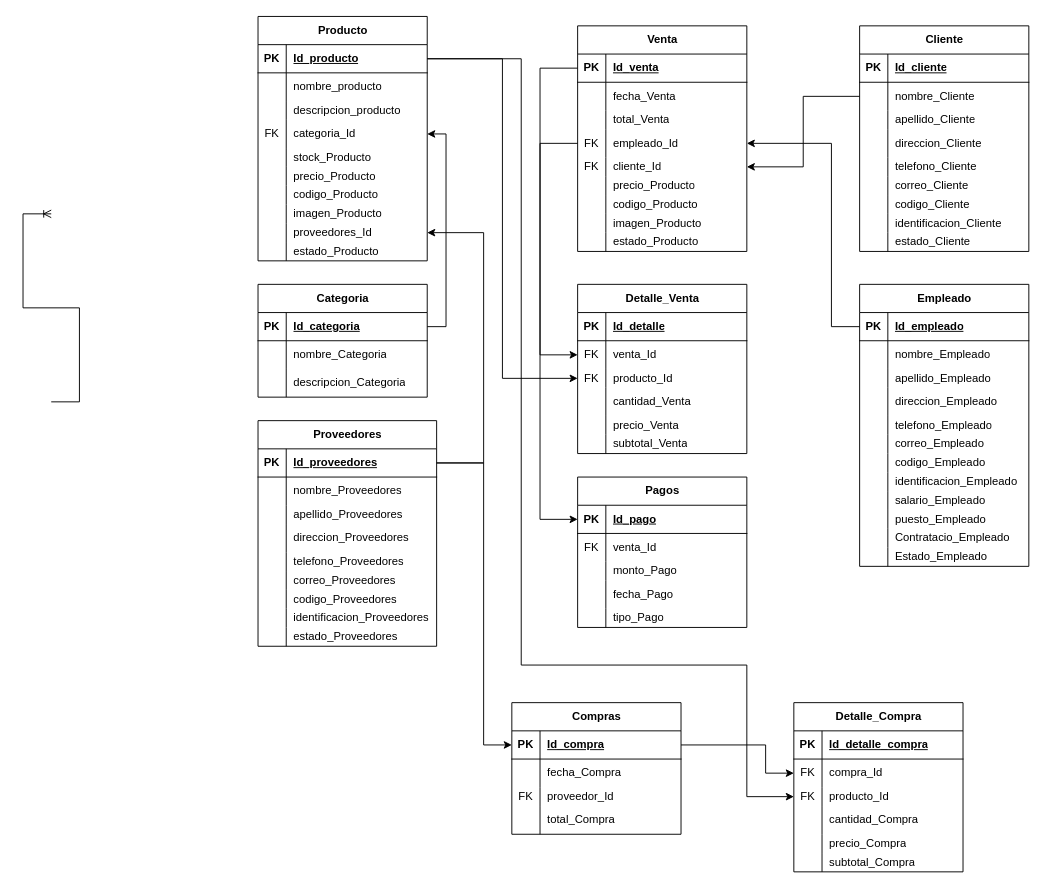
Above: Diagrama sin título.drawio in TechPioneerSV/DiagramaPV (draw.io), before the change. Source tidied: cells renumbered, new cells numbered last; positions are measured from the earlier drawing's top-left corner, leaving out a move shared by most shapes. Both pictures are drawn from the tidied source at 94%, with x=0, y=0 at pixel (-194, 16).
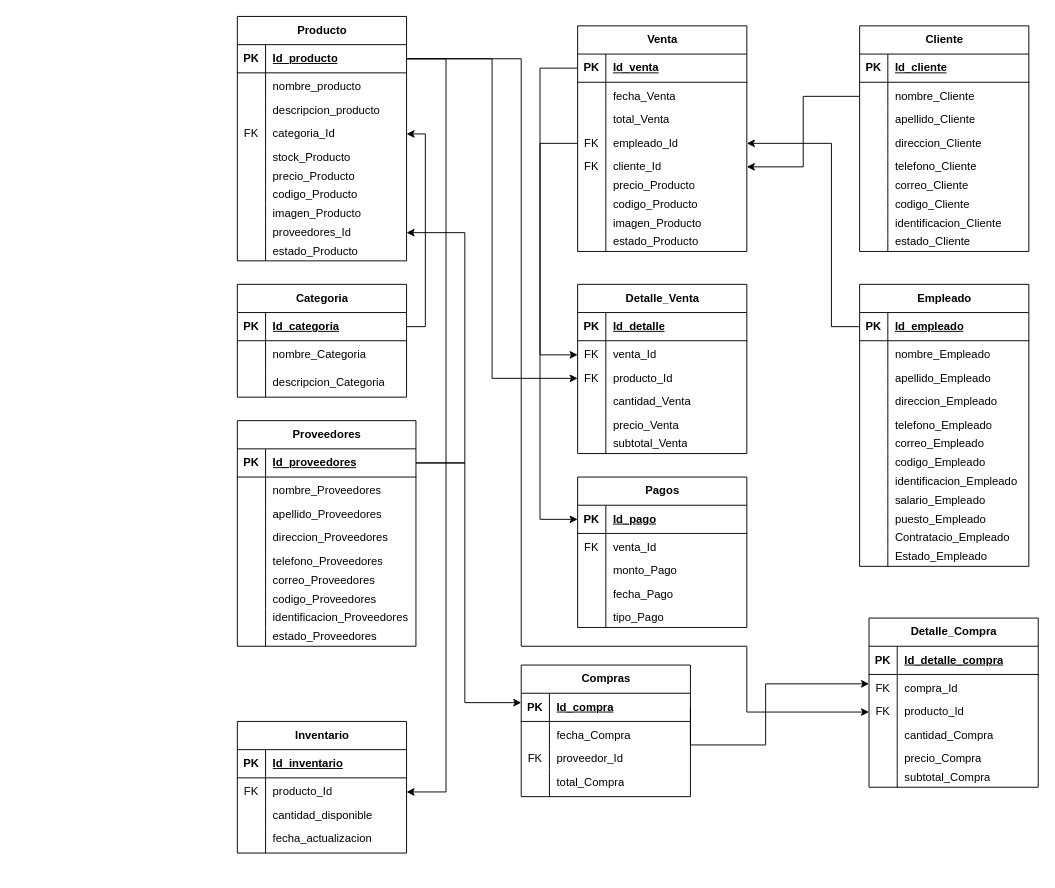
The same page after the edit.

Unchanged cells that the change refers to:
```xml
<mxCell id="13" style="shape=tableRow;horizontal=0;startSize=0;swimlaneHead=0;swimlaneBody=0;fillColor=none;points=[[0,0.5],[1,0.5]];portConstraint=eastwest;top=0;left=0;right=0;bottom=1;" parent="12" vertex="1">
  <mxGeometry y="30" width="180" height="30" as="geometry" />
</mxCell>
<mxCell id="37" style="shape=tableRow;horizontal=0;startSize=0;swimlaneHead=0;swimlaneBody=0;fillColor=none;points=[[0,0.5],[1,0.5]];portConstraint=eastwest;top=0;left=0;right=0;bottom=0;" parent="12" vertex="1">
  <mxGeometry y="220" width="180" height="20" as="geometry" />
</mxCell>
<mxCell id="179" style="shape=tableRow;horizontal=0;startSize=0;swimlaneHead=0;swimlaneBody=0;fillColor=none;points=[[0,0.5],[1,0.5]];portConstraint=eastwest;top=0;left=0;right=0;bottom=1;" parent="178" vertex="1">
  <mxGeometry y="30" width="190" height="30" as="geometry" />
</mxCell>
<mxCell id="208" style="shape=tableRow;horizontal=0;startSize=0;swimlaneHead=0;swimlaneBody=0;fillColor=none;points=[[0,0.5],[1,0.5]];portConstraint=eastwest;top=0;left=0;right=0;bottom=1;" parent="207" vertex="1">
  <mxGeometry y="30" width="180" height="30" as="geometry" />
</mxCell>
<mxCell id="225" style="shape=tableRow;horizontal=0;startSize=0;swimlaneHead=0;swimlaneBody=0;fillColor=none;points=[[0,0.5],[1,0.5]];portConstraint=eastwest;top=0;left=0;right=0;bottom=0;" parent="221" vertex="1">
  <mxGeometry y="60" width="180" height="30" as="geometry" />
</mxCell>
<mxCell id="228" style="shape=tableRow;horizontal=0;startSize=0;swimlaneHead=0;swimlaneBody=0;fillColor=none;points=[[0,0.5],[1,0.5]];portConstraint=eastwest;top=0;left=0;right=0;bottom=0;" parent="221" vertex="1">
  <mxGeometry y="90" width="180" height="20" as="geometry" />
</mxCell>
```

Change to the diagram source:
```diff
@@
     <mxCell id="2" value="Categoria" style="shape=table;startSize=30;childLayout=tableLayout;rowLines=0;fontStyle=1;align=center;html=1;" parent="1" vertex="1">
-      <mxGeometry x="480" y="285" width="180" height="120" as="geometry" />
+      <mxGeometry x="458" y="285" width="180" height="120" as="geometry" />
     </mxCell>
@@
     <mxCell id="12" value="Producto" style="shape=table;startSize=30;childLayout=tableLayout;rowLines=0;fontStyle=1;align=center;html=1;" parent="1" vertex="1">
-      <mxGeometry x="480" width="180" height="260" as="geometry" />
+      <mxGeometry x="458" width="180" height="260" as="geometry" />
     </mxCell>
@@
-    <mxCell id="43" style="edgeStyle=entityRelationEdgeStyle;fontSize=12;html=1;endArrow=ERoneToMany;rounded=0;entryX=1;entryY=0.5;entryDx=0;entryDy=0;" parent="1" edge="1">
-      <mxGeometry relative="1" as="geometry">
-        <mxPoint x="260" y="410" as="sourcePoint" />
-        <mxPoint x="260" y="210" as="targetPoint" />
-        <Array as="points">
-          <mxPoint x="20" y="255" />
-          <mxPoint y="265" />
-        </Array>
-      </mxGeometry>
-    </mxCell>
@@
     <mxCell id="178" value="Proveedores" style="shape=table;startSize=30;childLayout=tableLayout;rowLines=0;fontStyle=1;align=center;html=1;" parent="1" vertex="1">
-      <mxGeometry x="480" y="430" width="190" height="240" as="geometry" />
+      <mxGeometry x="458" y="430" width="190" height="240" as="geometry" />
     </mxCell>
@@
     <mxCell id="206" style="edgeStyle=orthogonalEdgeStyle;rounded=0;jettySize=auto;html=1;" parent="1" edge="1" source="179" target="37">
       <mxGeometry relative="1" as="geometry">
         <Array as="points">
-          <mxPoint x="720" y="475" />
-          <mxPoint x="720" y="230" />
+          <mxPoint x="700" y="475" />
+          <mxPoint x="700" y="230" />
         </Array>
       </mxGeometry>
     </mxCell>
     <mxCell id="207" value="Compras" style="shape=table;startSize=30;childLayout=tableLayout;rowLines=0;fontStyle=1;align=center;html=1;" parent="1" vertex="1">
-      <mxGeometry x="750" y="730" width="180" height="140" as="geometry" />
+      <mxGeometry x="760" y="690" width="180" height="140" as="geometry" />
     </mxCell>
@@
     <mxCell id="220" style="edgeStyle=orthogonalEdgeStyle;rounded=0;jettySize=auto;html=1;exitX=1;exitY=0.5;exitDx=0;exitDy=0;" parent="1" edge="1" source="179" target="208">
       <mxGeometry relative="1" as="geometry">
         <Array as="points">
-          <mxPoint x="720" y="475" />
-          <mxPoint x="720" y="775" />
+          <mxPoint x="700" y="475" />
+          <mxPoint x="700" y="730" />
         </Array>
       </mxGeometry>
     </mxCell>
     <mxCell id="221" value="Detalle_Compra" style="shape=table;startSize=30;childLayout=tableLayout;rowLines=0;fontStyle=1;align=center;html=1;" parent="1" vertex="1">
-      <mxGeometry x="1050" y="730" width="180" height="180" as="geometry" />
+      <mxGeometry x="1130" y="640" width="180" height="180" as="geometry" />
     </mxCell>
@@
     <mxCell id="240" style="edgeStyle=orthogonalEdgeStyle;rounded=0;jettySize=auto;html=1;exitX=1;exitY=0.5;exitDx=0;exitDy=0;" parent="1" edge="1" source="208" target="225">
       <mxGeometry relative="1" as="geometry">
         <Array as="points">
+          <mxPoint x="940" y="775" />
           <mxPoint x="1020" y="775" />
-          <mxPoint x="1020" y="805" />
+          <mxPoint x="1020" y="710" />
         </Array>
       </mxGeometry>
     </mxCell>
     <mxCell id="241" style="edgeStyle=orthogonalEdgeStyle;rounded=0;jettySize=auto;html=1;exitX=1;exitY=0.5;exitDx=0;exitDy=0;entryX=0;entryY=0.5;entryDx=0;entryDy=0;" parent="1" edge="1" source="13" target="228">
       <mxGeometry relative="1" as="geometry">
         <Array as="points">
           <mxPoint x="760" y="45" />
-          <mxPoint x="760" y="690" />
-          <mxPoint x="1000" y="690" />
-          <mxPoint x="1000" y="830" />
+          <mxPoint x="760" y="670" />
+          <mxPoint x="1000" y="670" />
+          <mxPoint x="1000" y="740" />
         </Array>
       </mxGeometry>
     </mxCell>
+    <mxCell id="242" value="Inventario" style="shape=table;startSize=30;childLayout=tableLayout;rowLines=0;fontStyle=1;align=center;html=1;" parent="1" vertex="1">
+      <mxGeometry x="458" y="750" width="180" height="140" as="geometry" />
+    </mxCell>
+    <mxCell id="243" style="shape=tableRow;horizontal=0;startSize=0;swimlaneHead=0;swimlaneBody=0;fillColor=none;top=0;left=0;right=0;bottom=1;" parent="242" vertex="1">
+      <mxGeometry y="30" width="180" height="30" as="geometry" />
+    </mxCell>
+    <mxCell id="244" value="PK" style="shape=partialRectangle;fillColor=none;top=0;left=0;bottom=0;right=0;fontStyle=1;overflow=hidden;whiteSpace=wrap;html=1;" parent="243" vertex="1">
+      <mxGeometry width="30" height="30" as="geometry" />
+    </mxCell>
+    <mxCell id="245" value="Id_inventario" style="shape=partialRectangle;fillColor=none;top=0;left=0;bottom=0;right=0;align=left;spacingLeft=6;fontStyle=5;overflow=hidden;whiteSpace=wrap;html=1;" parent="243" vertex="1">
+      <mxGeometry x="30" width="150" height="30" as="geometry" />
+    </mxCell>
+    <mxCell id="246" style="shape=tableRow;horizontal=0;startSize=0;swimlaneHead=0;swimlaneBody=0;fillColor=none;points=[[0,0.5],[1,0.5]];portConstraint=eastwest;top=0;left=0;right=0;bottom=0;" parent="242" vertex="1">
+      <mxGeometry y="60" width="180" height="30" as="geometry" />
+    </mxCell>
+    <mxCell id="247" value="FK" style="shape=partialRectangle;fillColor=none;top=0;left=0;bottom=0;right=0;overflow=hidden;whiteSpace=wrap;html=1;" parent="246" vertex="1">
+      <mxGeometry width="30" height="30" as="geometry" />
+    </mxCell>
+    <mxCell id="248" value="producto_Id" style="shape=partialRectangle;fillColor=none;top=0;left=0;bottom=0;right=0;align=left;spacingLeft=6;overflow=hidden;whiteSpace=wrap;html=1;" parent="246" vertex="1">
+      <mxGeometry x="30" width="150" height="30" as="geometry" />
+    </mxCell>
+    <mxCell id="249" style="shape=tableRow;horizontal=0;startSize=0;swimlaneHead=0;swimlaneBody=0;fillColor=none;top=0;left=0;right=0;bottom=0;" parent="242" vertex="1">
+      <mxGeometry y="90" width="180" height="20" as="geometry" />
+    </mxCell>
+    <mxCell id="250" style="shape=partialRectangle;fillColor=none;top=0;left=0;bottom=0;right=0;overflow=hidden;whiteSpace=wrap;html=1;" parent="249" vertex="1">
+      <mxGeometry width="30" height="20" as="geometry" />
+    </mxCell>
+    <mxCell id="251" value="&lt;div&gt;cantidad_disponible&lt;/div&gt;" style="shape=partialRectangle;fillColor=none;top=0;left=0;bottom=0;right=0;align=left;spacingLeft=6;overflow=hidden;whiteSpace=wrap;html=1;" parent="249" vertex="1">
+      <mxGeometry x="30" width="150" height="20" as="geometry" />
+    </mxCell>
+    <mxCell id="252" style="shape=tableRow;horizontal=0;startSize=0;swimlaneHead=0;swimlaneBody=0;fillColor=none;top=0;left=0;right=0;bottom=0;" parent="242" vertex="1">
+      <mxGeometry y="110" width="180" height="30" as="geometry" />
+    </mxCell>
+    <mxCell id="253" style="shape=partialRectangle;fillColor=none;top=0;left=0;bottom=0;right=0;fontStyle=0;overflow=hidden;whiteSpace=wrap;html=1;" parent="252" vertex="1">
+      <mxGeometry width="30" height="30" as="geometry" />
+    </mxCell>
+    <mxCell id="254" value="fecha_actualizacion" style="shape=partialRectangle;fillColor=none;top=0;left=0;bottom=0;right=0;align=left;spacingLeft=6;fontStyle=0;overflow=hidden;whiteSpace=wrap;html=1;" parent="252" vertex="1">
+      <mxGeometry x="30" width="150" height="30" as="geometry" />
+    </mxCell>
+    <mxCell id="255" style="edgeStyle=orthogonalEdgeStyle;rounded=0;jettySize=auto;html=1;exitX=1;exitY=0.5;exitDx=0;exitDy=0;entryX=1;entryY=0.5;entryDx=0;entryDy=0;" parent="1" edge="1" source="13" target="246">
+      <mxGeometry relative="1" as="geometry">
+        <Array as="points">
+          <mxPoint x="680" y="45" />
+          <mxPoint x="680" y="825" />
+        </Array>
+      </mxGeometry>
+    </mxCell>
```
